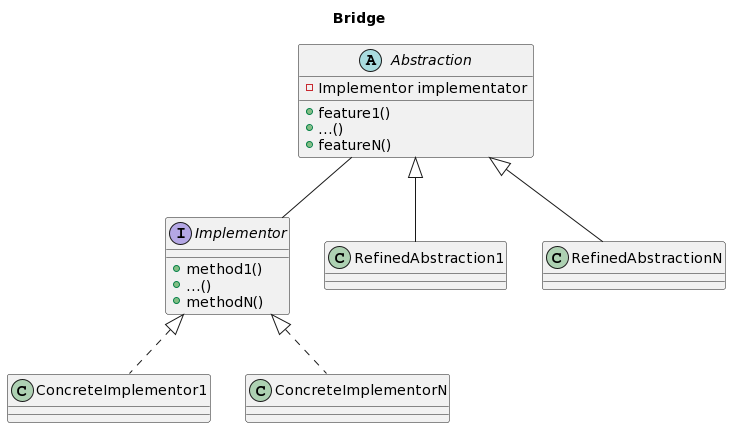
Earlier version of the PlantUML export Design Patterns/Structural/Bridge/UML.png (slr3073/Software_Engineering).
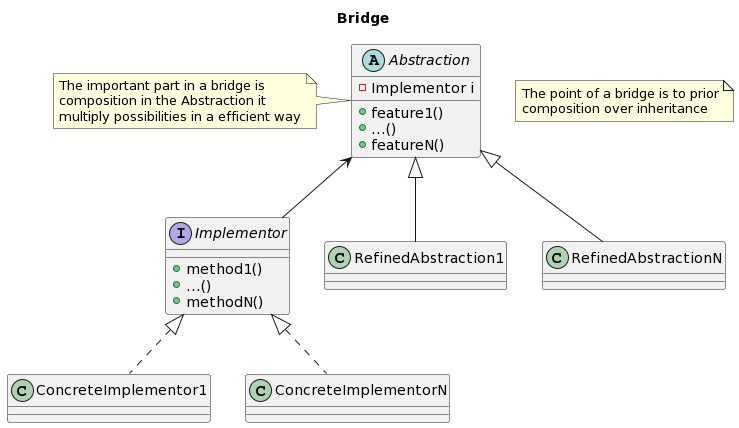
Above is the later version.

Diff of the diagram source:
```diff
@@ -9,7 +9,7 @@
 }
 
 abstract class Abstraction{
-    - Implementor implementator
+    - Implementor i
     + feature1()
     + ...()
     + featureN()
@@ -21,5 +21,16 @@
 Abstraction <|-- RefinedAbstraction1
 Abstraction <|-- RefinedAbstractionN
 
-Abstraction -- Implementor
+note left of Abstraction
+    The important part in a bridge is
+    composition in the Abstraction it
+    multiply possibilities in a efficient way
+end note
+
+note as N1
+    The point of a bridge is to prior
+    composition over inheritance
+end note
+
+Abstraction <-- Implementor
 @enduml
```
